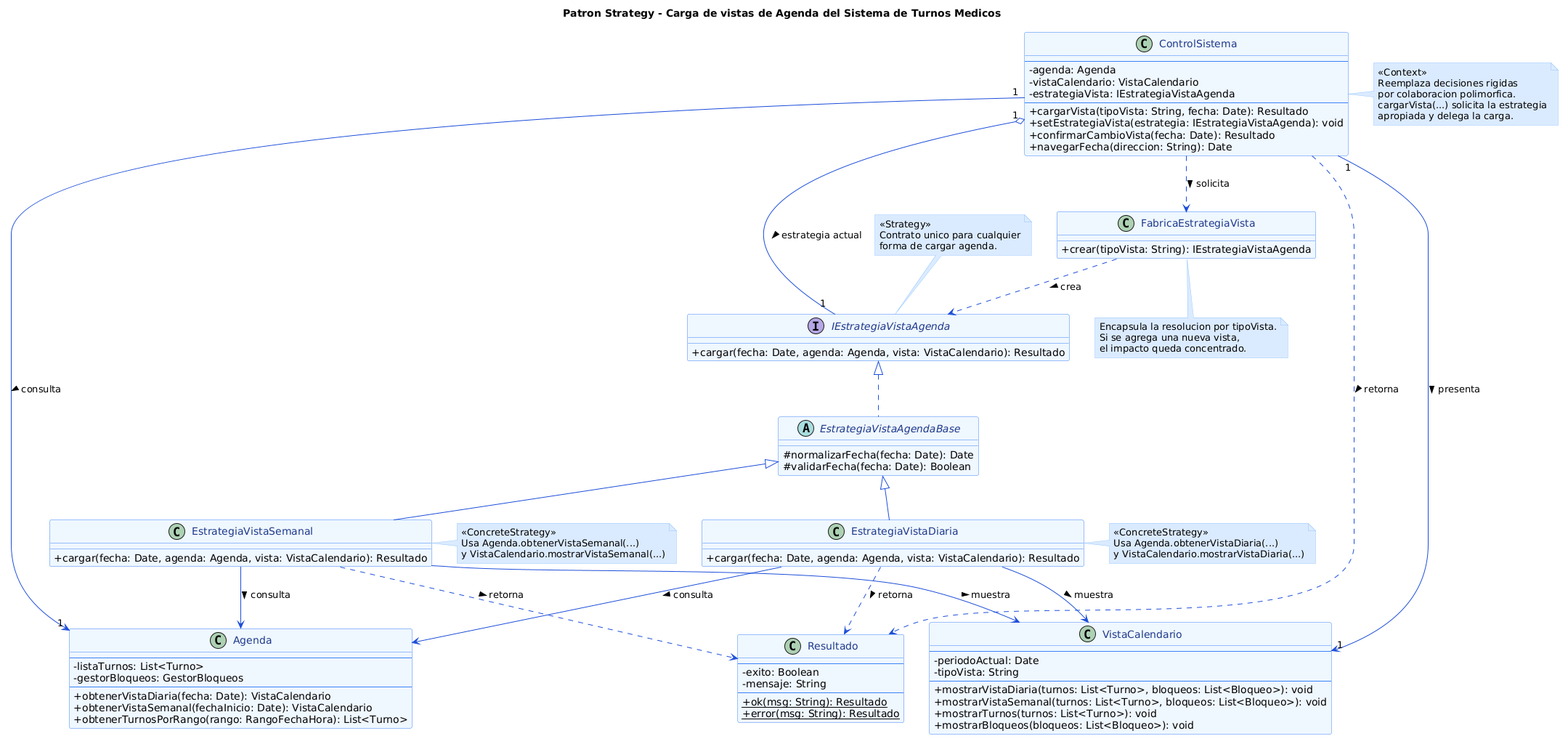
The PlantUML diagram diagramas/01-diagrama-clases/01-patron-comportamiento-strategy.png in angelgc9107-lgtm/SistemaTurnosMedicos_GP6, before a commit.
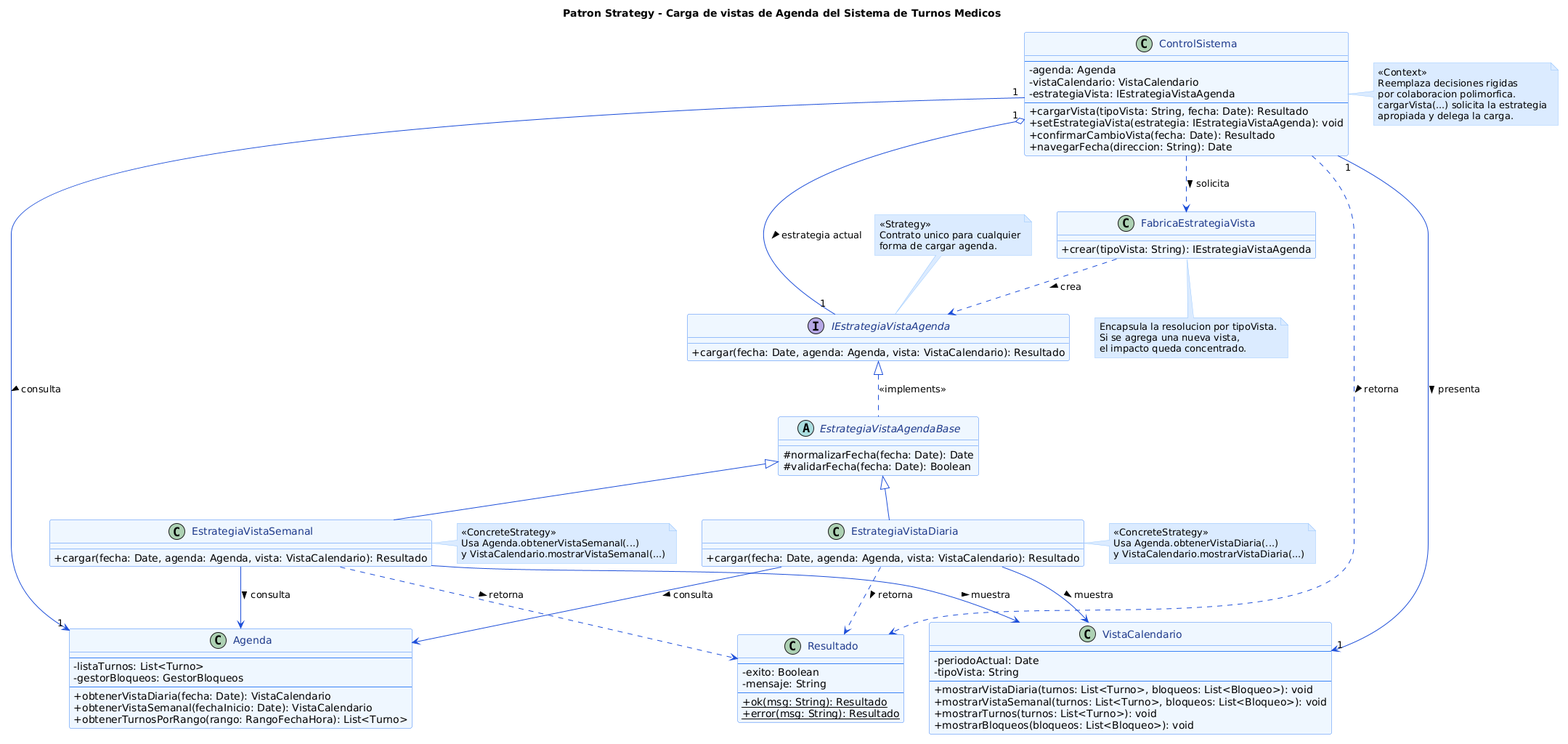
After the commit.

Change to the diagram source:
```diff
@@ -125,7 +125,7 @@
 
 FabricaEstrategiaVista ..> IEstrategiaVistaAgenda : crea >
 
-IEstrategiaVistaAgenda <|.. EstrategiaVistaAgendaBase
+IEstrategiaVistaAgenda <|.. EstrategiaVistaAgendaBase : <<implements>>
 EstrategiaVistaAgendaBase <|-- EstrategiaVistaDiaria
 EstrategiaVistaAgendaBase <|-- EstrategiaVistaSemanal
 
```
